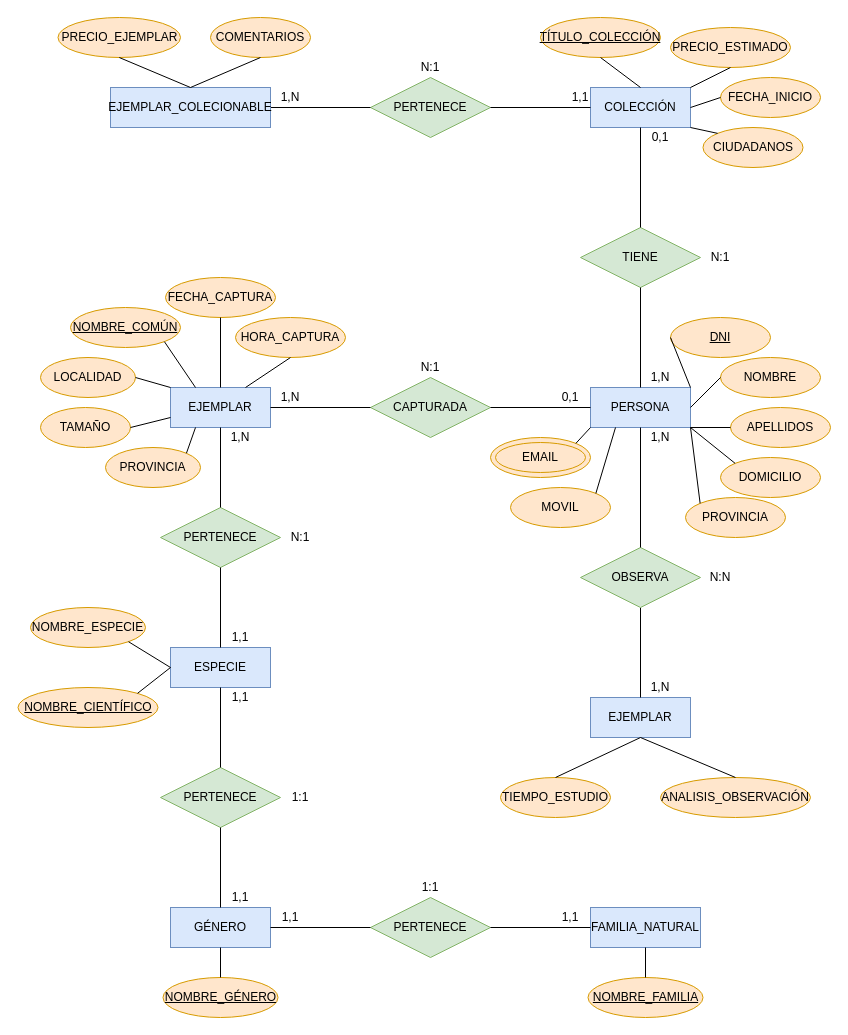
Axel-Vicente/BBDD keeps this draw.io diagram as Mariposas.drawio. Above is the earlier version. Source tidied: cells renumbered, new cells numbered last; positions are measured from the earlier drawing's top-left corner, leaving out a move shared by most shapes. Both pictures are drawn from the tidied source at 100%, with x=0, y=0 at pixel (18, 17).
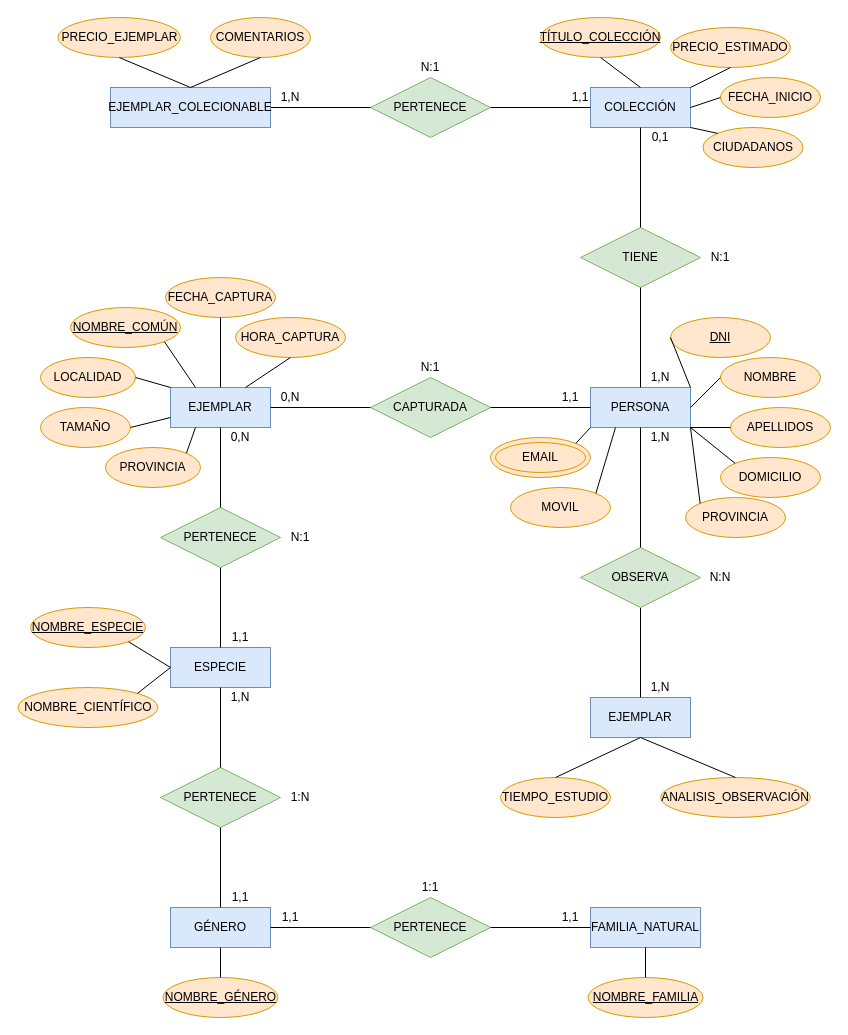
After the change.

Diff of the diagram source:
```diff
@@
-    <mxCell id="33" value="1,N" style="text;html=1;strokeColor=none;fillColor=none;align=center;verticalAlign=middle;whiteSpace=wrap;rounded=0;" parent="1" vertex="1">
+    <mxCell id="33" value="0,N" style="text;html=1;strokeColor=none;fillColor=none;align=center;verticalAlign=middle;whiteSpace=wrap;rounded=0;" parent="1" vertex="1">
       <mxGeometry x="252" y="370" width="40" height="20" as="geometry" />
     </mxCell>
@@
-    <mxCell id="35" value="0,1" style="text;html=1;strokeColor=none;fillColor=none;align=center;verticalAlign=middle;whiteSpace=wrap;rounded=0;" parent="1" vertex="1">
+    <mxCell id="35" value="1,1" style="text;html=1;strokeColor=none;fillColor=none;align=center;verticalAlign=middle;whiteSpace=wrap;rounded=0;" parent="1" vertex="1">
       <mxGeometry x="532" y="370" width="40" height="20" as="geometry" />
     </mxCell>
@@
-    <mxCell id="44" value="NOMBRE_CIENTÍFICO" style="ellipse;whiteSpace=wrap;html=1;align=center;fillColor=#ffe6cc;strokeColor=#d79b00;fontStyle=4;" parent="1" vertex="1">
+    <mxCell id="44" value="NOMBRE_CIENTÍFICO" style="ellipse;whiteSpace=wrap;html=1;align=center;fillColor=#ffe6cc;strokeColor=#d79b00;fontStyle=0;" parent="1" vertex="1">
       <mxGeometry x="-0.5" y="670" width="140" height="40" as="geometry" />
     </mxCell>
-    <mxCell id="45" value="NOMBRE_ESPECIE" style="ellipse;whiteSpace=wrap;html=1;align=center;fillColor=#ffe6cc;strokeColor=#d79b00;fontStyle=0;" parent="1" vertex="1">
+    <mxCell id="45" value="NOMBRE_ESPECIE" style="ellipse;whiteSpace=wrap;html=1;align=center;fillColor=#ffe6cc;strokeColor=#d79b00;fontStyle=4;" parent="1" vertex="1">
       <mxGeometry x="12" y="590" width="115" height="40" as="geometry" />
     </mxCell>
@@
-    <mxCell id="48" value="1:1" style="text;html=1;strokeColor=none;fillColor=none;align=center;verticalAlign=middle;whiteSpace=wrap;rounded=0;" parent="1" vertex="1">
+    <mxCell id="48" value="1:N" style="text;html=1;strokeColor=none;fillColor=none;align=center;verticalAlign=middle;whiteSpace=wrap;rounded=0;" parent="1" vertex="1">
       <mxGeometry x="262" y="770" width="40" height="20" as="geometry" />
     </mxCell>
-    <mxCell id="49" value="1,1" style="text;html=1;strokeColor=none;fillColor=none;align=center;verticalAlign=middle;whiteSpace=wrap;rounded=0;" parent="1" vertex="1">
+    <mxCell id="49" value="1,N" style="text;html=1;strokeColor=none;fillColor=none;align=center;verticalAlign=middle;whiteSpace=wrap;rounded=0;" parent="1" vertex="1">
       <mxGeometry x="202" y="670" width="40" height="20" as="geometry" />
     </mxCell>
@@
-    <mxCell id="92" value="1,N" style="text;html=1;strokeColor=none;fillColor=none;align=center;verticalAlign=middle;whiteSpace=wrap;rounded=0;fontColor=#000000;" parent="1" vertex="1">
+    <mxCell id="92" value="0,N" style="text;html=1;strokeColor=none;fillColor=none;align=center;verticalAlign=middle;whiteSpace=wrap;rounded=0;fontColor=#000000;" parent="1" vertex="1">
       <mxGeometry x="202" y="410" width="40" height="20" as="geometry" />
     </mxCell>
```
